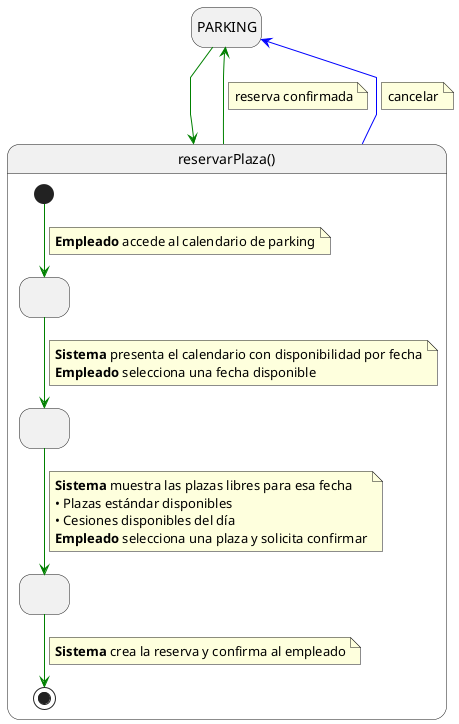
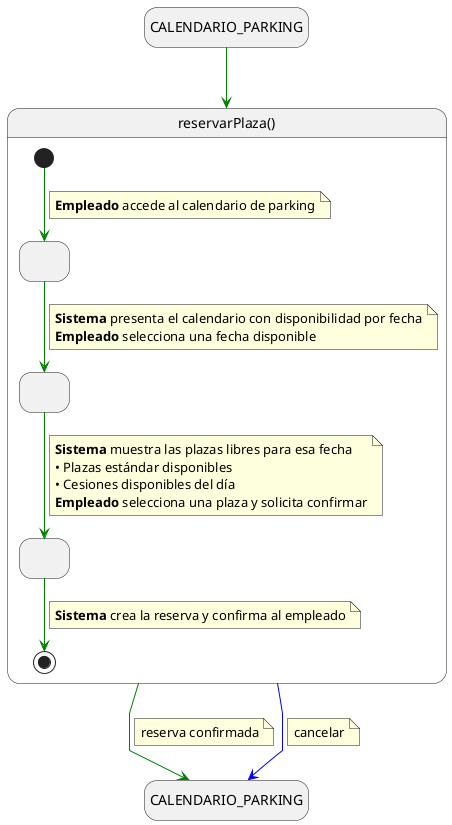
@startuml cuReservarPlaza

skinparam linetype polyline
hide empty description

- state "PARKING" as Parking
+ state "CALENDARIO_PARKING" as VistaParkingInicio
+ state "CALENDARIO_PARKING" as VistaParkingFin

- Parking -[#green]-> reservarPlaza
+ VistaParkingInicio -[#green]-> reservarPlaza

state reservarPlaza as "reservarPlaza()" {
  state " " as SeleccionandoFecha
  state " " as SeleccionandoPlaza
  state " " as ConfirmandoReserva

  [*] -[#green]-> SeleccionandoFecha
  note on link
    <b>Empleado</b> accede al calendario de parking
  end note

  SeleccionandoFecha -[#green]-> SeleccionandoPlaza
  note on link
    <b>Sistema</b> presenta el calendario con disponibilidad por fecha
    <b>Empleado</b> selecciona una fecha disponible
  end note

  SeleccionandoPlaza -[#green]-> ConfirmandoReserva
  note on link
    <b>Sistema</b> muestra las plazas libres para esa fecha
    • Plazas estándar disponibles
    • Cesiones disponibles del día
    <b>Empleado</b> selecciona una plaza y solicita confirmar
  end note

  ConfirmandoReserva -[#green]-> [*]
  note on link
    <b>Sistema</b> crea la reserva y confirma al empleado
  end note
}

- reservarPlaza -[#green]-> Parking
+ reservarPlaza -[#green]-> VistaParkingFin
note on link
  reserva confirmada
end note

- reservarPlaza -[#blue]-> Parking
+ reservarPlaza -[#blue]-> VistaParkingFin
note on link
  cancelar
end note

@enduml
